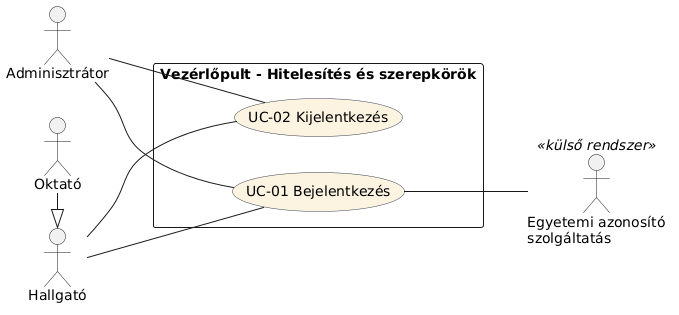
Before: H3/uml/2.png, a diagram exported from PlantUML (DavidGergo/SoftTech). The source it was exported from:
```plantuml
@startuml
left to right direction
skinparam actorStyle stick
skinparam usecase {
  BackgroundColor #FDF3E1
  BorderColor #374151
}

actor "Hallgató" as Hallgato
actor "Oktató" as Oktato
actor "Adminisztrátor" as Admin
actor "Egyetemi azonosító\nszolgáltatás" as Azonosito <<külső rendszer>>

Oktato -|> Hallgato

rectangle "Vezérlőpult - Hitelesítés és szerepkörök" {
  usecase "UC-01 Bejelentkezés" as UC01
  usecase "UC-02 Kijelentkezés" as UC02
}

Hallgato -- UC01
Hallgato -- UC02
Admin -- UC01
Admin -- UC02
UC01 -- Azonosito
@enduml
```
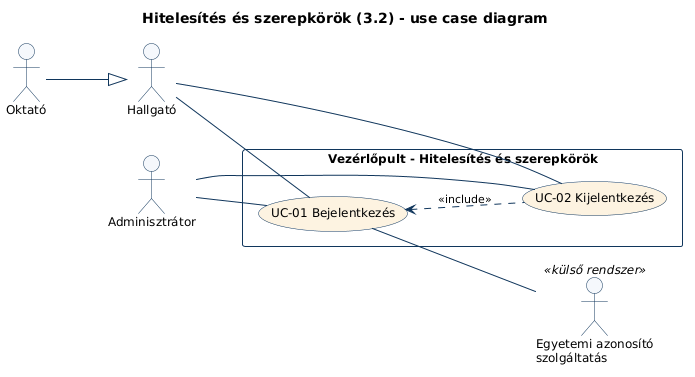
Above is the later version.

Commit message:
H3 0.4: include és extend kapcsolatok a use case modellben

Change to the diagram source:
```diff
@@ -1,26 +1,29 @@
 @startuml
+skinparam shadowing false
+skinparam defaultFontName Arial
+skinparam defaultFontSize 12
+skinparam ActorBorderColor #10365C
+skinparam ActorBackgroundColor #F5F8FC
+skinparam UsecaseBorderColor #10365C
+skinparam ArrowColor #10365C
+skinparam RectangleBorderColor #10365C
+skinparam RectangleFontStyle bold
+skinparam ArrowFontSize 11
+title Hitelesítés és szerepkörök (3.2) - use case diagram
 left to right direction
-skinparam actorStyle stick
-skinparam usecase {
-  BackgroundColor #FDF3E1
-  BorderColor #374151
+actor "Hallgató" as A02
+actor "Oktató" as A03
+actor "Adminisztrátor" as A04
+actor "Egyetemi azonosító\nszolgáltatás" as A05 <<külső rendszer>>
+rectangle "Vezérlőpult - Hitelesítés és szerepkörök" {
+  usecase "UC-01 Bejelentkezés" as UC01 #FDF3E1
+  usecase "UC-02 Kijelentkezés" as UC02 #FDF3E1
 }
-
-actor "Hallgató" as Hallgato
-actor "Oktató" as Oktato
-actor "Adminisztrátor" as Admin
-actor "Egyetemi azonosító\nszolgáltatás" as Azonosito <<külső rendszer>>
-
-Oktato -|> Hallgato
-
-rectangle "Vezérlőpult - Hitelesítés és szerepkörök" {
-  usecase "UC-01 Bejelentkezés" as UC01
-  usecase "UC-02 Kijelentkezés" as UC02
-}
-
-Hallgato -- UC01
-Hallgato -- UC02
-Admin -- UC01
-Admin -- UC02
-UC01 -- Azonosito
+A03 --|> A02
+A02 -- UC01
+A02 -- UC02
+A04 -- UC01
+A04 -- UC02
+UC01 -- A05
+UC01 <.. UC02 : <<include>>
 @enduml
```
